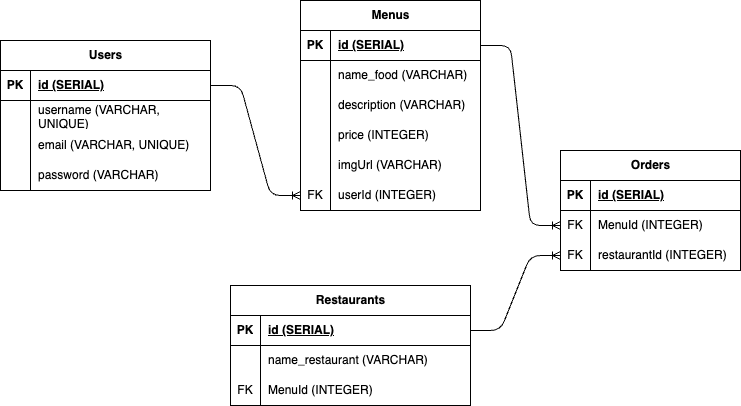
Before: schema.drawio.png, a diagram exported from draw.io (MuhammadFawzy94/Hactiv-Food). Source tidied: cells renumbered, new cells last; positions are measured from the earlier drawing's top-left corner, leaving out a move shared by most shapes.
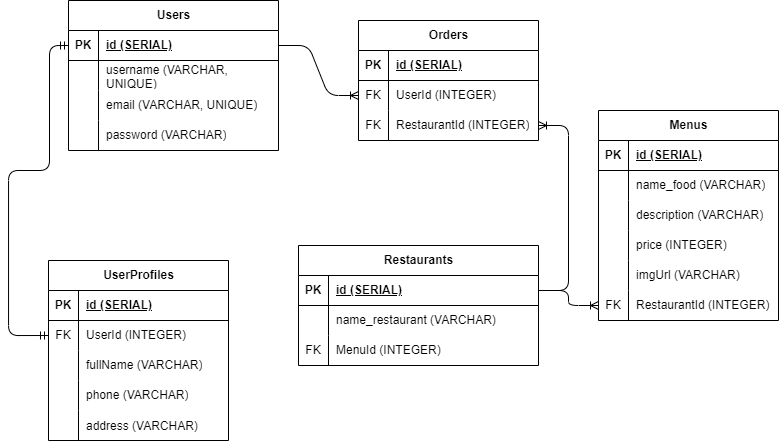
Later version of the same file.

The edit, as a diff of the source:
```diff
@@ -3,7 +3,7 @@
     <mxCell id="0" />
     <mxCell id="1" parent="0" />
     <mxCell id="2" value="Users" style="shape=table;startSize=30;rowLines=0;fontStyle=1;align=center;html=1;" parent="1" vertex="1">
-      <mxGeometry y="40" width="210" height="150" as="geometry" />
+      <mxGeometry x="30" y="40" width="210" height="150" as="geometry" />
     </mxCell>
     <mxCell id="3" style="shape=tableRow;horizontal=0;startSize=0;swimlaneHead=0;swimlaneBody=0;fillColor=none;points=[[0,0.5],[1,0.5]];portConstraint=eastwest;top=0;left=0;right=0;bottom=1;" parent="2" vertex="1">
       <mxGeometry y="30" width="210" height="30" as="geometry" />
@@ -41,8 +41,11 @@
     <mxCell id="14" value="password&amp;nbsp;&lt;span style=&quot;color: rgb(0, 0, 0);&quot;&gt;(VARCHAR)&lt;/span&gt;" style="shape=partialRectangle;fillColor=none;top=0;left=0;bottom=0;right=0;align=left;spacingLeft=6;overflow=hidden;whiteSpace=wrap;html=1;" parent="12" vertex="1">
       <mxGeometry x="30" width="180" height="30" as="geometry" />
     </mxCell>
+    <mxCell id="57" style="edgeStyle=none;html=1;" parent="1" edge="1" source="62" target="59">
+      <mxGeometry relative="1" as="geometry" />
+    </mxCell>
     <mxCell id="15" value="Orders" style="shape=table;startSize=30;rowLines=0;fontStyle=1;align=center;html=1;" parent="1" vertex="1">
-      <mxGeometry x="560" y="150" width="180" height="120" as="geometry" />
+      <mxGeometry x="320" y="60" width="180" height="120" as="geometry" />
     </mxCell>
     <mxCell id="16" style="shape=tableRow;horizontal=0;startSize=0;swimlaneHead=0;swimlaneBody=0;fillColor=none;top=0;left=0;right=0;bottom=1;" parent="15" vertex="1">
       <mxGeometry y="30" width="180" height="30" as="geometry" />
@@ -59,7 +62,7 @@
     <mxCell id="20" value="FK" style="shape=partialRectangle;fillColor=none;top=0;left=0;bottom=0;right=0;overflow=hidden;whiteSpace=wrap;html=1;" parent="19" vertex="1">
       <mxGeometry width="30" height="30" as="geometry" />
     </mxCell>
-    <mxCell id="21" value="&lt;span style=&quot;color: rgb(0, 0, 0);&quot;&gt;MenuId (INTEGER)&lt;/span&gt;" style="shape=partialRectangle;fillColor=none;top=0;left=0;bottom=0;right=0;align=left;spacingLeft=6;overflow=hidden;whiteSpace=wrap;html=1;" parent="19" vertex="1">
+    <mxCell id="21" value="&lt;span style=&quot;color: rgb(0, 0, 0);&quot;&gt;User&lt;/span&gt;&lt;span style=&quot;background-color: transparent;&quot;&gt;Id (INTEGER)&lt;/span&gt;" style="shape=partialRectangle;fillColor=none;top=0;left=0;bottom=0;right=0;align=left;spacingLeft=6;overflow=hidden;whiteSpace=wrap;html=1;" parent="19" vertex="1">
       <mxGeometry x="30" width="150" height="30" as="geometry" />
     </mxCell>
     <mxCell id="22" style="shape=tableRow;horizontal=0;startSize=0;swimlaneHead=0;swimlaneBody=0;fillColor=none;points=[[0,0.5],[1,0.5]];portConstraint=eastwest;top=0;left=0;right=0;bottom=0;" parent="15" vertex="1">
@@ -68,11 +71,11 @@
     <mxCell id="23" value="FK" style="shape=partialRectangle;fillColor=none;top=0;left=0;bottom=0;right=0;overflow=hidden;whiteSpace=wrap;html=1;" parent="22" vertex="1">
       <mxGeometry width="30" height="30" as="geometry" />
     </mxCell>
-    <mxCell id="24" value="&lt;span style=&quot;color: rgb(0, 0, 0);&quot;&gt;restaurantId (INTEGER)&lt;/span&gt;" style="shape=partialRectangle;fillColor=none;top=0;left=0;bottom=0;right=0;align=left;spacingLeft=6;overflow=hidden;whiteSpace=wrap;html=1;" parent="22" vertex="1">
+    <mxCell id="24" value="&lt;span style=&quot;color: rgb(0, 0, 0);&quot;&gt;RestaurantId (INTEGER)&lt;/span&gt;" style="shape=partialRectangle;fillColor=none;top=0;left=0;bottom=0;right=0;align=left;spacingLeft=6;overflow=hidden;whiteSpace=wrap;html=1;" parent="22" vertex="1">
       <mxGeometry x="30" width="150" height="30" as="geometry" />
     </mxCell>
     <mxCell id="25" value="Restaurants" style="shape=table;startSize=30;rowLines=0;fontStyle=1;align=center;html=1;" parent="1" vertex="1">
-      <mxGeometry x="230" y="285" width="240" height="120" as="geometry" />
+      <mxGeometry x="260" y="285" width="240" height="120" as="geometry" />
     </mxCell>
     <mxCell id="26" style="shape=tableRow;horizontal=0;startSize=0;swimlaneHead=0;swimlaneBody=0;fillColor=none;points=[[0,0.5],[1,0.5]];portConstraint=eastwest;top=0;left=0;right=0;bottom=1;" parent="25" vertex="1">
       <mxGeometry y="30" width="240" height="30" as="geometry" />
@@ -102,7 +105,7 @@
       <mxGeometry x="30" width="210" height="30" as="geometry" />
     </mxCell>
     <mxCell id="35" value="Menus" style="shape=table;startSize=30;rowLines=0;fontStyle=1;align=center;html=1;" parent="1" vertex="1">
-      <mxGeometry x="300" width="180" height="210" as="geometry" />
+      <mxGeometry x="560" y="150" width="180" height="210" as="geometry" />
     </mxCell>
     <mxCell id="36" style="shape=tableRow;horizontal=0;startSize=0;swimlaneHead=0;swimlaneBody=0;fillColor=none;points=[[0,0.5],[1,0.5]];portConstraint=eastwest;top=0;left=0;right=0;bottom=1;" parent="35" vertex="1">
       <mxGeometry y="30" width="180" height="30" as="geometry" />
@@ -155,17 +158,75 @@
     <mxCell id="52" value="FK" style="shape=partialRectangle;fillColor=none;top=0;left=0;bottom=0;right=0;overflow=hidden;whiteSpace=wrap;html=1;" parent="51" vertex="1">
       <mxGeometry width="30" height="30" as="geometry" />
     </mxCell>
-    <mxCell id="53" value="userId (INTEGER)&amp;nbsp;" style="shape=partialRectangle;fillColor=none;top=0;left=0;bottom=0;right=0;align=left;spacingLeft=6;overflow=hidden;whiteSpace=wrap;html=1;" parent="51" vertex="1">
+    <mxCell id="53" value="RestaurantId (INTEGER)&amp;nbsp;" style="shape=partialRectangle;fillColor=none;top=0;left=0;bottom=0;right=0;align=left;spacingLeft=6;overflow=hidden;whiteSpace=wrap;html=1;" parent="51" vertex="1">
       <mxGeometry x="30" width="150" height="30" as="geometry" />
     </mxCell>
-    <mxCell id="54" style="edgeStyle=entityRelationEdgeStyle;fontSize=12;html=1;endArrow=ERoneToMany;exitX=1;exitY=0.5;exitDx=0;exitDy=0;entryX=0;entryY=0.5;entryDx=0;entryDy=0;" parent="1" edge="1" source="3" target="51">
-      <mxGeometry relative="1" as="geometry" />
-    </mxCell>
-    <mxCell id="55" style="edgeStyle=entityRelationEdgeStyle;fontSize=12;html=1;endArrow=ERoneToMany;exitX=1;exitY=0.5;exitDx=0;exitDy=0;entryX=0;entryY=0.5;entryDx=0;entryDy=0;" parent="1" edge="1" source="36" target="19">
-      <mxGeometry relative="1" as="geometry" />
-    </mxCell>
+    <mxCell id="58" value="UserProfiles" style="shape=table;startSize=30;rowLines=0;fontStyle=1;align=center;html=1;" parent="1" vertex="1">
+      <mxGeometry x="10" y="300" width="180" height="180" as="geometry" />
+    </mxCell>
+    <mxCell id="59" style="shape=tableRow;horizontal=0;startSize=0;swimlaneHead=0;swimlaneBody=0;fillColor=none;points=[[0,0.5],[1,0.5]];portConstraint=eastwest;top=0;left=0;right=0;bottom=1;" parent="58" vertex="1">
+      <mxGeometry y="30" width="180" height="30" as="geometry" />
+    </mxCell>
+    <mxCell id="60" value="PK" style="shape=partialRectangle;fillColor=none;top=0;left=0;bottom=0;right=0;fontStyle=1;overflow=hidden;whiteSpace=wrap;html=1;" parent="59" vertex="1">
+      <mxGeometry width="30" height="30" as="geometry" />
+    </mxCell>
+    <mxCell id="61" value="id (SERIAL)" style="shape=partialRectangle;fillColor=none;top=0;left=0;bottom=0;right=0;align=left;spacingLeft=6;fontStyle=5;overflow=hidden;whiteSpace=wrap;html=1;" parent="59" vertex="1">
+      <mxGeometry x="30" width="150" height="30" as="geometry" />
+    </mxCell>
+    <mxCell id="62" style="shape=tableRow;horizontal=0;startSize=0;swimlaneHead=0;swimlaneBody=0;fillColor=none;points=[[0,0.5],[1,0.5]];portConstraint=eastwest;top=0;left=0;right=0;bottom=0;" parent="58" vertex="1">
+      <mxGeometry y="60" width="180" height="30" as="geometry" />
+    </mxCell>
+    <mxCell id="63" value="FK" style="shape=partialRectangle;fillColor=none;top=0;left=0;bottom=0;right=0;overflow=hidden;whiteSpace=wrap;html=1;" parent="62" vertex="1">
+      <mxGeometry width="30" height="30" as="geometry" />
+    </mxCell>
+    <mxCell id="64" value="UserId (INTEGER)" style="shape=partialRectangle;fillColor=none;top=0;left=0;bottom=0;right=0;align=left;spacingLeft=6;overflow=hidden;whiteSpace=wrap;html=1;" parent="62" vertex="1">
+      <mxGeometry x="30" width="150" height="30" as="geometry" />
+    </mxCell>
+    <mxCell id="65" style="shape=tableRow;horizontal=0;startSize=0;swimlaneHead=0;swimlaneBody=0;fillColor=none;top=0;left=0;right=0;bottom=0;" parent="58" vertex="1">
+      <mxGeometry y="90" width="180" height="30" as="geometry" />
+    </mxCell>
+    <mxCell id="66" style="shape=partialRectangle;fillColor=none;top=0;left=0;bottom=0;right=0;overflow=hidden;whiteSpace=wrap;html=1;" parent="65" vertex="1">
+      <mxGeometry width="30" height="30" as="geometry" />
+    </mxCell>
+    <mxCell id="67" value="fullName (VARCHAR)" style="shape=partialRectangle;fillColor=none;top=0;left=0;bottom=0;right=0;align=left;spacingLeft=6;overflow=hidden;whiteSpace=wrap;html=1;" parent="65" vertex="1">
+      <mxGeometry x="30" width="150" height="30" as="geometry" />
+    </mxCell>
+    <mxCell id="68" style="shape=tableRow;horizontal=0;startSize=0;swimlaneHead=0;swimlaneBody=0;fillColor=none;top=0;left=0;right=0;bottom=0;" parent="58" vertex="1">
+      <mxGeometry y="120" width="180" height="30" as="geometry" />
+    </mxCell>
+    <mxCell id="69" style="shape=partialRectangle;fillColor=none;top=0;left=0;bottom=0;right=0;overflow=hidden;whiteSpace=wrap;html=1;" parent="68" vertex="1">
+      <mxGeometry width="30" height="30" as="geometry" />
+    </mxCell>
+    <mxCell id="70" value="phone (VARCHAR)" style="shape=partialRectangle;fillColor=none;top=0;left=0;bottom=0;right=0;align=left;spacingLeft=6;overflow=hidden;whiteSpace=wrap;html=1;" parent="68" vertex="1">
+      <mxGeometry x="30" width="150" height="30" as="geometry" />
+    </mxCell>
+    <mxCell id="71" style="shape=tableRow;horizontal=0;startSize=0;swimlaneHead=0;swimlaneBody=0;fillColor=none;top=0;left=0;right=0;bottom=0;" parent="58" vertex="1">
+      <mxGeometry y="150" width="180" height="30" as="geometry" />
+    </mxCell>
+    <mxCell id="72" style="shape=partialRectangle;fillColor=none;top=0;left=0;bottom=0;right=0;overflow=hidden;" parent="71" vertex="1">
+      <mxGeometry width="30" height="30" as="geometry" />
+    </mxCell>
+    <mxCell id="73" value="address (VARCHAR)" style="shape=partialRectangle;fillColor=none;top=0;left=0;bottom=0;right=0;align=left;spacingLeft=6;overflow=hidden;" parent="71" vertex="1">
+      <mxGeometry x="30" width="150" height="30" as="geometry" />
+    </mxCell>
+    <mxCell id="74" style="fontSize=12;html=1;endArrow=ERmandOne;startArrow=ERmandOne;entryX=0;entryY=0.5;entryDx=0;entryDy=0;edgeStyle=orthogonalEdgeStyle;exitX=0;exitY=0.5;exitDx=0;exitDy=0;" parent="1" edge="1" source="62" target="3">
+      <mxGeometry relative="1" as="geometry">
+        <Array as="points">
+          <mxPoint x="-30" y="375" />
+          <mxPoint x="-30" y="210" />
+          <mxPoint x="11" y="210" />
+          <mxPoint x="11" y="85" />
+        </Array>
+      </mxGeometry>
+    </mxCell>
+    <mxCell id="75" style="edgeStyle=entityRelationEdgeStyle;fontSize=12;html=1;endArrow=ERoneToMany;exitX=1;exitY=0.5;exitDx=0;exitDy=0;entryX=0;entryY=0.5;entryDx=0;entryDy=0;" parent="1" edge="1" source="26" target="51">
+      <mxGeometry relative="1" as="geometry" />
+    </mxCell>
-    <mxCell id="56" style="edgeStyle=entityRelationEdgeStyle;fontSize=12;html=1;endArrow=ERoneToMany;exitX=1;exitY=0.5;exitDx=0;exitDy=0;entryX=0;entryY=0.5;entryDx=0;entryDy=0;" parent="1" edge="1" source="26" target="22">
+    <mxCell id="56" style="edgeStyle=entityRelationEdgeStyle;fontSize=12;html=1;endArrow=ERoneToMany;exitX=1;exitY=0.5;exitDx=0;exitDy=0;" parent="1" edge="1" source="26" target="22">
       <mxGeometry relative="1" as="geometry" />
     </mxCell>
+    <mxCell id="76" style="edgeStyle=entityRelationEdgeStyle;fontSize=12;html=1;endArrow=ERoneToMany;exitX=1;exitY=0.5;exitDx=0;exitDy=0;entryX=0;entryY=0.5;entryDx=0;entryDy=0;" parent="1" edge="1" source="3" target="19">
+      <mxGeometry relative="1" as="geometry" />
+    </mxCell>
   </root>
 </mxGraphModel>
```
